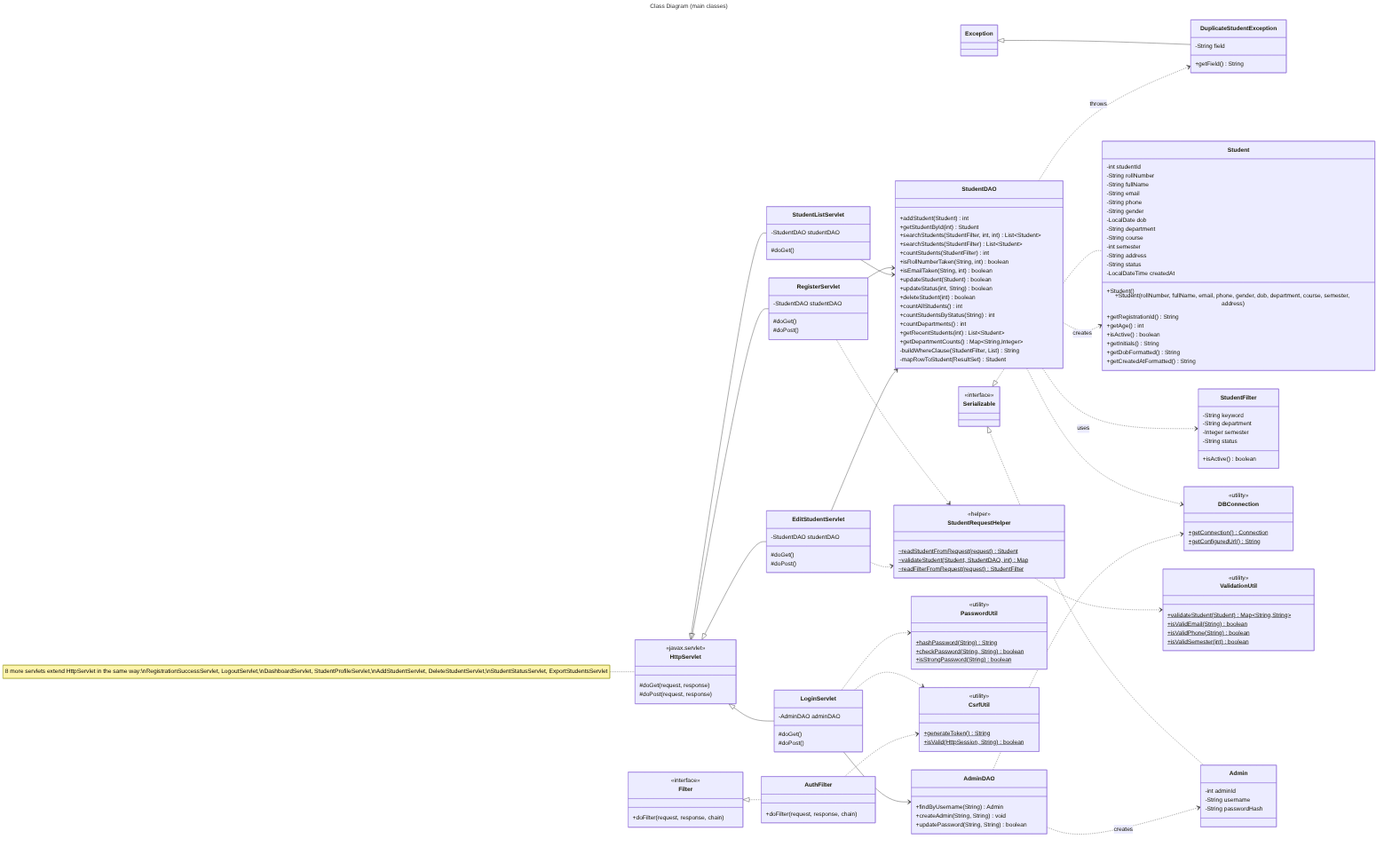
Before: docs/diagrams/exports/class-diagram.png, a diagram exported from Mermaid (Nikhilnmv/PBLJ-Student_Management_System). Its source is kept beside it as docs/diagrams/class-diagram.mmd. The source it was exported from:
```mermaid
---
title: Class Diagram (main classes)
---
classDiagram
    direction LR

    class Student {
        -int studentId
        -String rollNumber
        -String fullName
        -String email
        -String phone
        -String gender
        -LocalDate dob
        -String department
        -String course
        -int semester
        -String address
        -String status
        -LocalDateTime createdAt
        +Student()
        +Student(rollNumber, fullName, email, phone, gender, dob, department, course, semester, address)
        +getRegistrationId() String
        +getAge() int
        +isActive() boolean
        +getInitials() String
        +getDobFormatted() String
        +getCreatedAtFormatted() String
    }
    class Admin {
        -int adminId
        -String username
        -String passwordHash
    }
    class StudentFilter {
        -String keyword
        -String department
        -Integer semester
        -String status
        +isActive() boolean
    }
    class Serializable {
        <<interface>>
    }
    Serializable <|.. Student
    Serializable <|.. Admin

    class StudentDAO {
        +addStudent(Student) int
        +getStudentById(int) Student
        +searchStudents(StudentFilter, int, int) List~Student~
        +searchStudents(StudentFilter) List~Student~
        +countStudents(StudentFilter) int
        +isRollNumberTaken(String, int) boolean
        +isEmailTaken(String, int) boolean
        +updateStudent(Student) boolean
        +updateStatus(int, String) boolean
        +deleteStudent(int) boolean
        +countAllStudents() int
        +countStudentsByStatus(String) int
        +countDepartments() int
        +getRecentStudents(int) List~Student~
        +getDepartmentCounts() Map~String,Integer~
        -buildWhereClause(StudentFilter, List) String
        -mapRowToStudent(ResultSet) Student
    }
    class AdminDAO {
        +findByUsername(String) Admin
        +createAdmin(String, String) void
        +updatePassword(String, String) boolean
    }
    class DuplicateStudentException {
        -String field
        +getField() String
    }
    class Exception
    Exception <|-- DuplicateStudentException
    StudentDAO ..> DuplicateStudentException : throws
    StudentDAO ..> Student : creates
    StudentDAO ..> StudentFilter : uses
    AdminDAO ..> Admin : creates

    class DBConnection {
        <<utility>>
        +getConnection()$ Connection
        +getConfiguredUrl()$ String
    }
    class ValidationUtil {
        <<utility>>
        +validateStudent(Student)$ Map~String,String~
        +isValidEmail(String)$ boolean
        +isValidPhone(String)$ boolean
        +isValidSemester(int)$ boolean
    }
    class PasswordUtil {
        <<utility>>
        +hashPassword(String)$ String
        +checkPassword(String, String)$ boolean
        +isStrongPassword(String)$ boolean
    }
    class CsrfUtil {
        <<utility>>
        +generateToken()$ String
        +isValid(HttpSession, String)$ boolean
    }
    StudentDAO ..> DBConnection
    AdminDAO ..> DBConnection

    class HttpServlet {
        <<javax.servlet>>
        #doGet(request, response)
        #doPost(request, response)
    }
    class RegisterServlet {
        -StudentDAO studentDAO
        #doGet()
        #doPost()
    }
    class LoginServlet {
        -AdminDAO adminDAO
        #doGet()
        #doPost()
    }
    class StudentListServlet {
        -StudentDAO studentDAO
        #doGet()
    }
    class EditStudentServlet {
        -StudentDAO studentDAO
        #doGet()
        #doPost()
    }
    HttpServlet <|-- RegisterServlet
    HttpServlet <|-- LoginServlet
    HttpServlet <|-- StudentListServlet
    HttpServlet <|-- EditStudentServlet
    note for HttpServlet "8 more servlets extend HttpServlet in the same way:\nRegistrationSuccessServlet, LogoutServlet,\nDashboardServlet, StudentProfileServlet,\nAddStudentServlet, DeleteStudentServlet,\nStudentStatusServlet, ExportStudentsServlet"

    class StudentRequestHelper {
        <<helper>>
        ~readStudentFromRequest(request)$ Student
        ~validateStudent(Student, StudentDAO, int)$ Map
        ~readFilterFromRequest(request)$ StudentFilter
    }
    RegisterServlet --> StudentDAO
    StudentListServlet --> StudentDAO
    EditStudentServlet --> StudentDAO
    LoginServlet --> AdminDAO
    LoginServlet ..> PasswordUtil
    LoginServlet ..> CsrfUtil
    RegisterServlet ..> StudentRequestHelper
    EditStudentServlet ..> StudentRequestHelper
    StudentRequestHelper ..> ValidationUtil

    class Filter {
        <<interface>>
        +doFilter(request, response, chain)
    }
    class AuthFilter {
        +doFilter(request, response, chain)
    }
    Filter <|.. AuthFilter
    AuthFilter ..> CsrfUtil
```
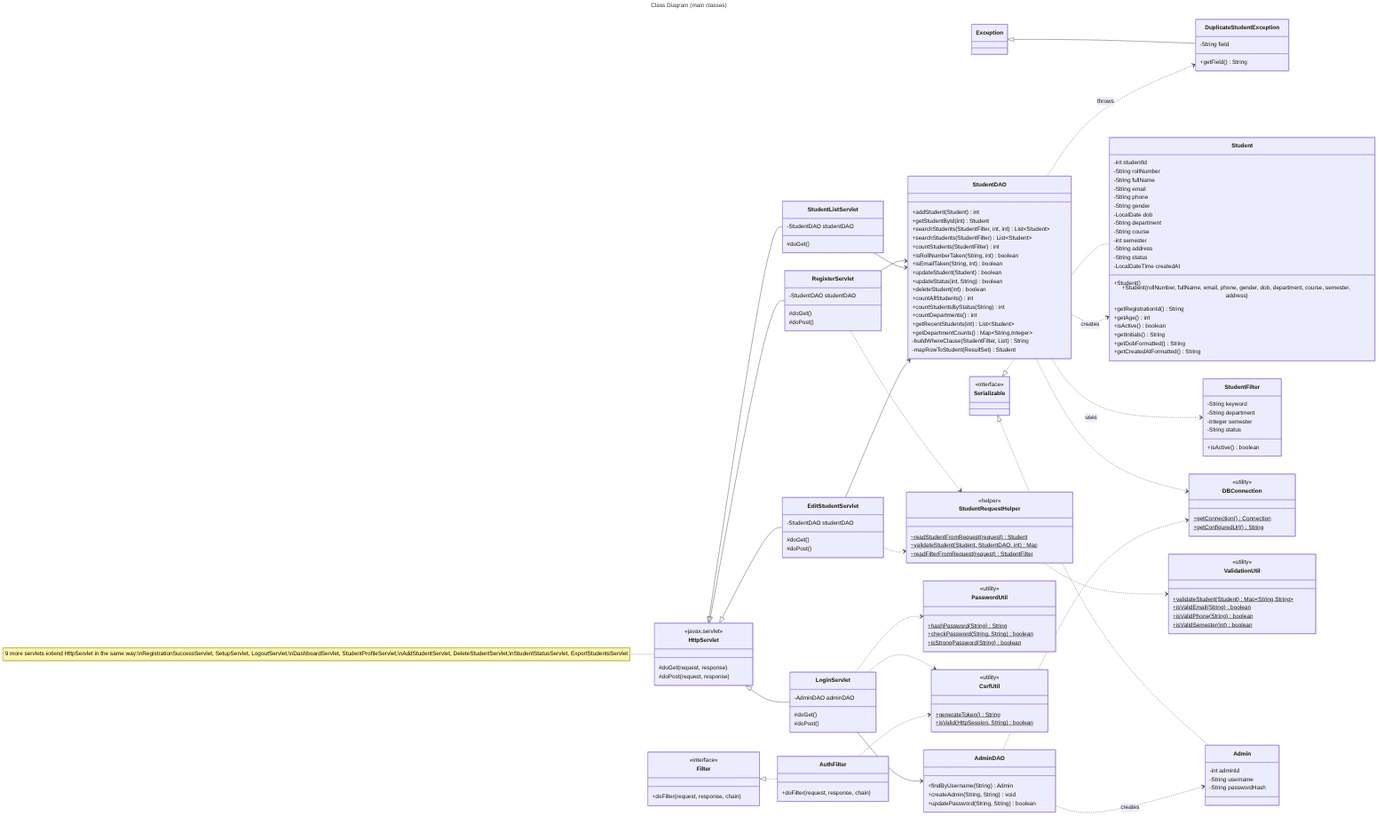
The same file after the commit.

Diff of the diagram source:
```diff
@@ -134,7 +134,7 @@
     HttpServlet <|-- LoginServlet
     HttpServlet <|-- StudentListServlet
     HttpServlet <|-- EditStudentServlet
-    note for HttpServlet "8 more servlets extend HttpServlet in the same way:\nRegistrationSuccessServlet, LogoutServlet,\nDashboardServlet, StudentProfileServlet,\nAddStudentServlet, DeleteStudentServlet,\nStudentStatusServlet, ExportStudentsServlet"
+    note for HttpServlet "9 more servlets extend HttpServlet in the same way:\nRegistrationSuccessServlet, SetupServlet, LogoutServlet,\nDashboardServlet, StudentProfileServlet,\nAddStudentServlet, DeleteStudentServlet,\nStudentStatusServlet, ExportStudentsServlet"
 
     class StudentRequestHelper {
         <<helper>>
```
